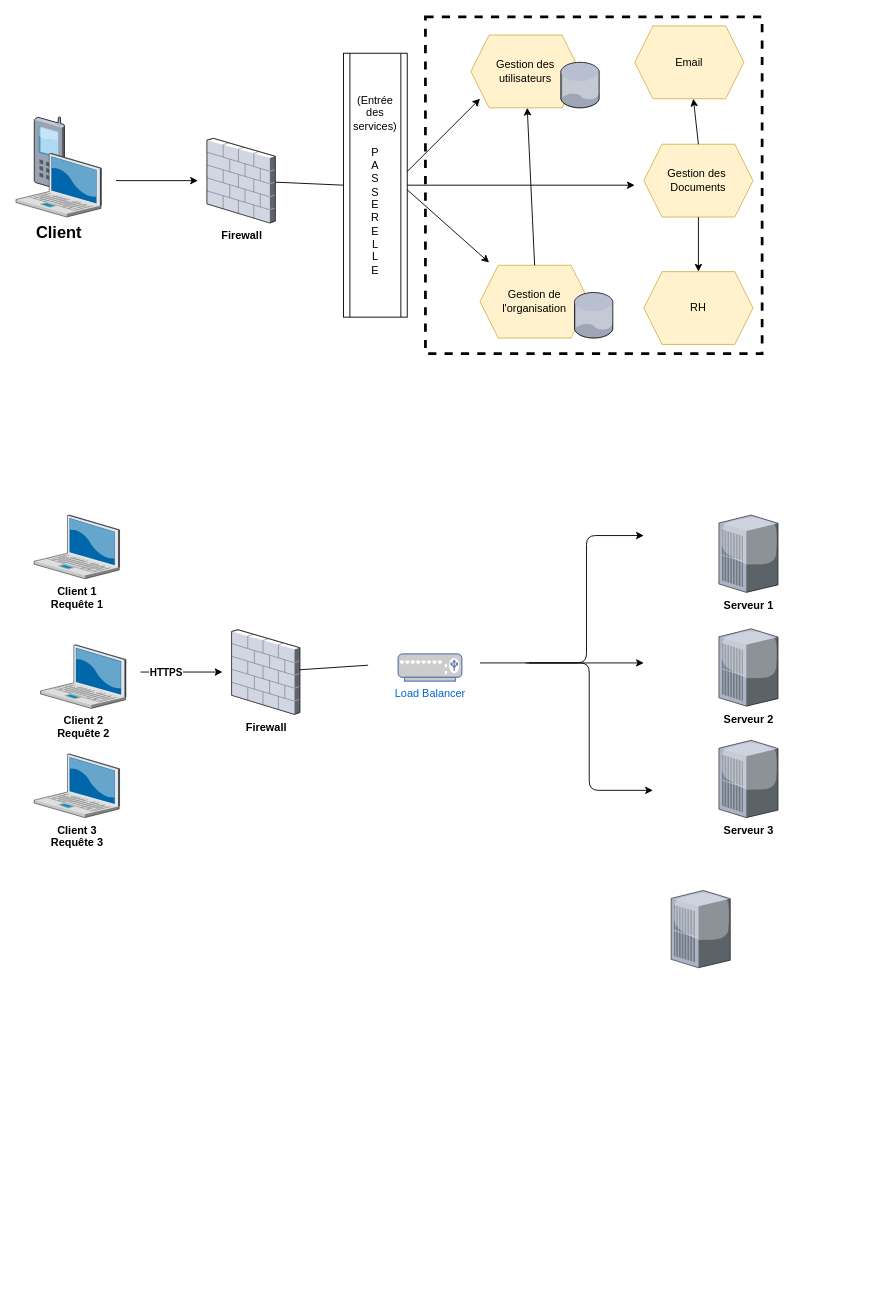
Above: page "P1_FraWorkArchi_Astra" (4 of 9) of AstraComponentDiagr.drawio in Lamessolo/ProjetLeadTech (draw.io), before the change. Source tidied: cells renumbered, new cells numbered last; positions are measured from the earlier drawing's top-left corner, leaving out a move shared by most shapes. Both pictures are drawn from the tidied source at 91%, with x=0, y=0 at pixel (15, 16).
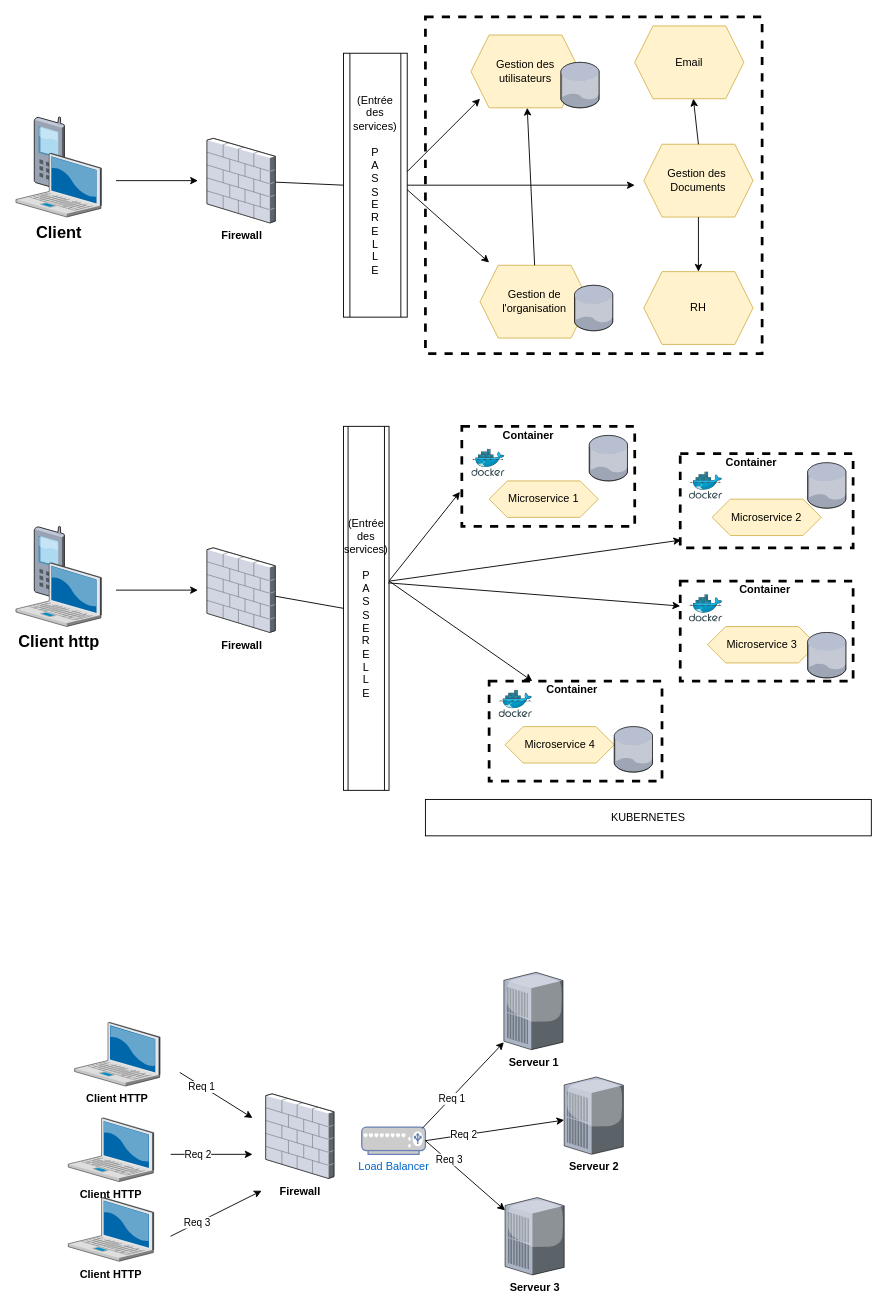
The same page after the edit.

Diff of the diagram source:
```diff
@@
+    <mxCell id="37" style="rounded=0;whiteSpace=wrap;html=1;strokeWidth=3;dashed=1;" parent="1" vertex="1">
+      <mxGeometry x="730" y="620" width="190" height="110" as="geometry" />
+    </mxCell>
+    <mxCell id="38" style="rounded=0;whiteSpace=wrap;html=1;strokeWidth=3;dashed=1;" parent="1" vertex="1">
+      <mxGeometry x="730" y="480" width="190" height="103.5" as="geometry" />
+    </mxCell>
+    <mxCell id="39" style="rounded=0;whiteSpace=wrap;html=1;strokeWidth=3;dashed=1;" parent="1" vertex="1">
+      <mxGeometry x="520" y="730" width="190" height="110" as="geometry" />
+    </mxCell>
@@
     <mxCell id="14" style="verticalLabelPosition=bottom;html=1;verticalAlign=top;strokeColor=none;align=center;shape=mxgraph.citrix.database;" parent="1" vertex="1">
-      <mxGeometry x="613.8" y="303" width="42.5" height="50" as="geometry" />
+      <mxGeometry x="613.8" y="295" width="42.5" height="50" as="geometry" />
     </mxCell>
@@
     <mxCell id="19" value="&lt;b&gt;Firewall&lt;/b&gt;" style="verticalLabelPosition=bottom;html=1;verticalAlign=top;strokeColor=none;align=center;outlineConnect=0;shape=mxgraph.citrix.firewall;" parent="1" vertex="1">
-      <mxGeometry x="237" y="673.5" width="75" height="93" as="geometry" />
+      <mxGeometry x="274.5" y="1183.5" width="75" height="93" as="geometry" />
     </mxCell>
-    <mxCell id="20" value="&lt;b&gt;Client 2&lt;/b&gt;&lt;br&gt;&lt;b&gt;Requête 2&lt;/b&gt;" style="verticalLabelPosition=bottom;html=1;verticalAlign=top;strokeColor=none;align=center;shape=mxgraph.citrix.laptop_2;" parent="1" vertex="1">
-      <mxGeometry x="27" y="690" width="93.9" height="70" as="geometry" />
+    <mxCell id="20" value="&lt;b&gt;Client HTTP&lt;/b&gt;" style="verticalLabelPosition=bottom;html=1;verticalAlign=top;strokeColor=none;align=center;shape=mxgraph.citrix.laptop_2;" parent="1" vertex="1">
+      <mxGeometry x="57.5" y="1210" width="93.9" height="70" as="geometry" />
     </mxCell>
-    <mxCell id="21" style="endArrow=none;html=1;strokeWidth=1;entryX=0;entryY=0.5;entryDx=0;entryDy=0;" parent="1" edge="1" source="19">
-      <mxGeometry relative="1" as="geometry">
-        <mxPoint x="387" y="712.5" as="targetPoint" />
-      </mxGeometry>
-    </mxCell>
-    <mxCell id="22" style="endArrow=classic;html=1;" parent="1" edge="1">
-      <mxGeometry relative="1" as="geometry">
-        <mxPoint x="137" y="720" as="sourcePoint" />
-        <mxPoint x="227" y="720" as="targetPoint" />
-      </mxGeometry>
-    </mxCell>
-    <mxCell id="23" value="&lt;b&gt;HTTPS&lt;/b&gt;" style="edgeLabel;html=1;align=center;verticalAlign=middle;" parent="22" vertex="1">
-      <mxGeometry x="-0.4" relative="1" as="geometry" />
-    </mxCell>
@@
     <mxCell id="27" value="Load Balancer" style="fontColor=#0066CC;verticalAlign=top;verticalLabelPosition=bottom;labelPosition=center;align=center;html=1;outlineConnect=0;fillColor=#CCCCCC;strokeColor=#6881B3;gradientColor=none;gradientDirection=north;strokeWidth=2;shape=mxgraph.networks.load_balancer;" parent="1" vertex="1">
-      <mxGeometry x="420" y="700" width="70" height="30" as="geometry" />
+      <mxGeometry x="380" y="1220" width="70" height="30" as="geometry" />
     </mxCell>
-    <mxCell id="28" value="&lt;font&gt;&lt;b&gt;Client 1 &lt;/b&gt;&lt;br&gt;&lt;b&gt;Requête&amp;nbsp;1&lt;/b&gt;&lt;br&gt;&lt;/font&gt;" style="verticalLabelPosition=bottom;html=1;verticalAlign=top;strokeColor=none;align=center;shape=mxgraph.citrix.laptop_2;" parent="1" vertex="1">
-      <mxGeometry x="20" y="547.5" width="93.9" height="70" as="geometry" />
+    <mxCell id="28" value="&lt;font&gt;&lt;b&gt;Client HTTP&lt;/b&gt;&lt;br&gt;&lt;/font&gt;" style="verticalLabelPosition=bottom;html=1;verticalAlign=top;strokeColor=none;align=center;shape=mxgraph.citrix.laptop_2;" parent="1" vertex="1">
+      <mxGeometry x="64.5" y="1105" width="93.9" height="70" as="geometry" />
     </mxCell>
-    <mxCell id="29" value="&lt;b&gt;Client 3&lt;/b&gt;&lt;br&gt;&lt;b&gt;Requête 3&lt;/b&gt;" style="verticalLabelPosition=bottom;html=1;verticalAlign=top;strokeColor=none;align=center;shape=mxgraph.citrix.laptop_2;" parent="1" vertex="1">
-      <mxGeometry x="20" y="810" width="93.9" height="70" as="geometry" />
+    <mxCell id="29" value="&lt;b&gt;Client HTTP&lt;/b&gt;" style="verticalLabelPosition=bottom;html=1;verticalAlign=top;strokeColor=none;align=center;shape=mxgraph.citrix.laptop_2;" parent="1" vertex="1">
+      <mxGeometry x="57.5" y="1297.5" width="93.9" height="70" as="geometry" />
     </mxCell>
-    <mxCell id="30" style="verticalLabelPosition=bottom;html=1;verticalAlign=top;strokeColor=none;align=center;shape=mxgraph.citrix.pbx_server;" parent="1" vertex="1">
-      <mxGeometry x="720" y="960" width="65" height="85" as="geometry" />
-    </mxCell>
     <mxCell id="31" value="&lt;b&gt;Serveur 1&lt;/b&gt;" style="verticalLabelPosition=bottom;html=1;verticalAlign=top;strokeColor=none;align=center;outlineConnect=0;shape=mxgraph.citrix.pbx_server;" parent="1" vertex="1">
-      <mxGeometry x="772.5" y="547.5" width="65" height="85" as="geometry" />
+      <mxGeometry x="536.2" y="1050" width="65" height="85" as="geometry" />
     </mxCell>
     <mxCell id="32" value="&lt;b&gt;Serveur 2&lt;/b&gt;" style="verticalLabelPosition=bottom;html=1;verticalAlign=top;strokeColor=none;align=center;outlineConnect=0;shape=mxgraph.citrix.pbx_server;" parent="1" vertex="1">
-      <mxGeometry x="772.5" y="672.5" width="65" height="85" as="geometry" />
+      <mxGeometry x="602.5" y="1165" width="65" height="85" as="geometry" />
     </mxCell>
     <mxCell id="33" value="&lt;b&gt;Serveur 3&lt;/b&gt;" style="verticalLabelPosition=bottom;html=1;verticalAlign=top;strokeColor=none;align=center;outlineConnect=0;shape=mxgraph.citrix.pbx_server;" parent="1" vertex="1">
-      <mxGeometry x="772.5" y="795" width="65" height="85" as="geometry" />
+      <mxGeometry x="537.5" y="1297.5" width="65" height="85" as="geometry" />
     </mxCell>
-    <mxCell id="34" style="edgeStyle=elbowEdgeStyle;elbow=horizontal;endArrow=classic;html=1;" parent="1" edge="1">
-      <mxGeometry relative="1" as="geometry">
-        <mxPoint x="563.8" y="710" as="sourcePoint" />
-        <mxPoint x="690" y="570" as="targetPoint" />
-      </mxGeometry>
-    </mxCell>
-    <mxCell id="35" style="edgeStyle=elbowEdgeStyle;elbow=horizontal;endArrow=classic;html=1;" parent="1" edge="1">
-      <mxGeometry relative="1" as="geometry">
-        <mxPoint x="560" y="710" as="sourcePoint" />
-        <mxPoint x="700" y="850" as="targetPoint" />
-      </mxGeometry>
-    </mxCell>
-    <mxCell id="36" style="endArrow=classic;html=1;" parent="1" edge="1">
-      <mxGeometry relative="1" as="geometry">
-        <mxPoint x="510" y="710" as="sourcePoint" />
-        <mxPoint x="690" y="710" as="targetPoint" />
-      </mxGeometry>
-    </mxCell>
+    <mxCell id="40" style="rounded=0;whiteSpace=wrap;html=1;strokeWidth=3;dashed=1;" parent="1" vertex="1">
+      <mxGeometry x="490" y="450" width="190" height="110" as="geometry" />
+    </mxCell>
+    <mxCell id="41" style="verticalLabelPosition=bottom;html=1;verticalAlign=top;strokeColor=none;align=center;shape=mxgraph.citrix.cell_phone;" parent="1" vertex="1">
+      <mxGeometry x="20" y="560" width="33.3" height="80" as="geometry" />
+    </mxCell>
+    <mxCell id="42" value="&lt;b&gt;Firewall&lt;/b&gt;" style="verticalLabelPosition=bottom;html=1;verticalAlign=top;strokeColor=none;align=center;outlineConnect=0;shape=mxgraph.citrix.firewall;" parent="1" vertex="1">
+      <mxGeometry x="210" y="583.5" width="75" height="93" as="geometry" />
+    </mxCell>
+    <mxCell id="43" value="&lt;b&gt;&lt;font style=&quot;font-size: 18px&quot;&gt;Client http&lt;/font&gt;&lt;/b&gt;" style="verticalLabelPosition=bottom;html=1;verticalAlign=top;strokeColor=none;align=center;shape=mxgraph.citrix.laptop_2;" parent="1" vertex="1">
+      <mxGeometry y="600" width="93.9" height="70" as="geometry" />
+    </mxCell>
+    <mxCell id="44" value="Microservice 2" style="shape=hexagon;perimeter=hexagonPerimeter2;whiteSpace=wrap;html=1;fixedSize=1;fillColor=#fff2cc;strokeColor=#d6b656;" parent="1" vertex="1">
+      <mxGeometry x="765" y="530" width="120" height="40" as="geometry" />
+    </mxCell>
+    <mxCell id="45" value="Microservice 1" style="shape=hexagon;perimeter=hexagonPerimeter2;whiteSpace=wrap;html=1;fixedSize=1;fillColor=#fff2cc;strokeColor=#d6b656;" parent="1" vertex="1">
+      <mxGeometry x="520" y="510" width="120" height="40" as="geometry" />
+    </mxCell>
+    <mxCell id="46" value="Microservice 4" style="shape=hexagon;perimeter=hexagonPerimeter2;whiteSpace=wrap;html=1;fixedSize=1;fillColor=#fff2cc;strokeColor=#d6b656;" parent="1" vertex="1">
+      <mxGeometry x="537.5" y="780" width="120" height="40" as="geometry" />
+    </mxCell>
+    <mxCell id="47" value="Microservice 3" style="shape=hexagon;perimeter=hexagonPerimeter2;whiteSpace=wrap;html=1;fixedSize=1;fillColor=#fff2cc;strokeColor=#d6b656;" parent="1" vertex="1">
+      <mxGeometry x="760" y="670" width="120" height="40" as="geometry" />
+    </mxCell>
+    <mxCell id="48" style="endArrow=none;html=1;strokeWidth=1;entryX=0;entryY=0.5;entryDx=0;entryDy=0;" parent="1" edge="1" source="42" target="49">
+      <mxGeometry relative="1" as="geometry" />
+    </mxCell>
+    <mxCell id="49" value="(Entrée des services)&lt;br&gt;&lt;br&gt;P&lt;br&gt;A&lt;br&gt;S&lt;br&gt;S&lt;br&gt;E&lt;br&gt;R&lt;br&gt;E&lt;br&gt;L&lt;br&gt;L&lt;br&gt;E" style="shape=process;whiteSpace=wrap;html=1;backgroundOutline=1;strokeWidth=1;" parent="1" vertex="1">
+      <mxGeometry x="360" y="450" width="50" height="400" as="geometry" />
+    </mxCell>
+    <mxCell id="50" style="endArrow=classic;html=1;" parent="1" edge="1">
+      <mxGeometry relative="1" as="geometry">
+        <mxPoint x="110" y="630" as="sourcePoint" />
+        <mxPoint x="200" y="630" as="targetPoint" />
+      </mxGeometry>
+    </mxCell>
+    <mxCell id="51" style="endArrow=classic;html=1;" parent="1" edge="1">
+      <mxGeometry relative="1" as="geometry">
+        <mxPoint x="180" y="1160" as="sourcePoint" />
+        <mxPoint x="260" y="1210" as="targetPoint" />
+      </mxGeometry>
+    </mxCell>
+    <mxCell id="52" value="Req 1" style="edgeLabel;html=1;align=center;verticalAlign=middle;" parent="51" vertex="1">
+      <mxGeometry x="-0.41" y="-1" relative="1" as="geometry" />
+    </mxCell>
+    <mxCell id="53" style="endArrow=classic;html=1;" parent="1" edge="1">
+      <mxGeometry relative="1" as="geometry">
+        <mxPoint x="170" y="1340" as="sourcePoint" />
+        <mxPoint x="270" y="1290" as="targetPoint" />
+      </mxGeometry>
+    </mxCell>
+    <mxCell id="54" value="Req 3" style="edgeLabel;html=1;align=center;verticalAlign=middle;" parent="53" vertex="1">
+      <mxGeometry x="-0.43" y="1" relative="1" as="geometry" />
+    </mxCell>
+    <mxCell id="55" style="endArrow=classic;html=1;" parent="1" edge="1">
+      <mxGeometry relative="1" as="geometry">
+        <mxPoint x="170" y="1250" as="sourcePoint" />
+        <mxPoint x="260" y="1250" as="targetPoint" />
+      </mxGeometry>
+    </mxCell>
+    <mxCell id="56" value="Req 2" style="edgeLabel;html=1;align=center;verticalAlign=middle;" parent="55" vertex="1">
+      <mxGeometry x="-0.36" relative="1" as="geometry" />
+    </mxCell>
+    <mxCell id="57" style="endArrow=classic;html=1;exitX=0.95;exitY=0.05;exitDx=0;exitDy=0;exitPerimeter=0;" parent="1" edge="1" source="27" target="31">
+      <mxGeometry relative="1" as="geometry" />
+    </mxCell>
+    <mxCell id="58" value="Req 1" style="edgeLabel;html=1;align=center;verticalAlign=middle;" parent="57" vertex="1">
+      <mxGeometry x="-0.3" relative="1" as="geometry" />
+    </mxCell>
+    <mxCell id="59" style="endArrow=classic;html=1;exitX=1;exitY=0.5;exitDx=0;exitDy=0;exitPerimeter=0;" parent="1" edge="1" source="27" target="32">
+      <mxGeometry relative="1" as="geometry" />
+    </mxCell>
+    <mxCell id="60" value="Req 2" style="edgeLabel;html=1;align=center;verticalAlign=middle;" parent="59" vertex="1">
+      <mxGeometry x="-0.46" relative="1" as="geometry" />
+    </mxCell>
+    <mxCell id="61" style="endArrow=classic;html=1;exitX=1;exitY=0.5;exitDx=0;exitDy=0;exitPerimeter=0;" parent="1" edge="1" source="27" target="33">
+      <mxGeometry relative="1" as="geometry" />
+    </mxCell>
+    <mxCell id="62" value="Req 3" style="edgeLabel;html=1;align=center;verticalAlign=middle;" parent="61" vertex="1">
+      <mxGeometry x="-0.44" y="1" relative="1" as="geometry" />
+    </mxCell>
+    <mxCell id="63" style="verticalLabelPosition=bottom;html=1;verticalAlign=top;strokeColor=none;align=center;shape=mxgraph.citrix.database;" parent="1" vertex="1">
+      <mxGeometry x="870" y="490" width="42.5" height="50" as="geometry" />
+    </mxCell>
+    <mxCell id="64" style="verticalLabelPosition=bottom;html=1;verticalAlign=top;strokeColor=none;align=center;shape=mxgraph.citrix.database;" parent="1" vertex="1">
+      <mxGeometry x="630" y="460" width="42.5" height="50" as="geometry" />
+    </mxCell>
+    <mxCell id="65" style="verticalLabelPosition=bottom;html=1;verticalAlign=top;strokeColor=none;align=center;shape=mxgraph.citrix.database;" parent="1" vertex="1">
+      <mxGeometry x="657.5" y="780" width="42.5" height="50" as="geometry" />
+    </mxCell>
+    <mxCell id="66" value="&lt;b&gt;Container&amp;nbsp;&lt;/b&gt;" style="text;html=1;strokeColor=none;fillColor=none;align=center;verticalAlign=middle;whiteSpace=wrap;rounded=0;" parent="1" vertex="1">
+      <mxGeometry x="567.5" y="730" width="90" height="20" as="geometry" />
+    </mxCell>
+    <mxCell id="67" value="&lt;b&gt;Container&amp;nbsp;&lt;/b&gt;" style="text;html=1;strokeColor=none;fillColor=none;align=center;verticalAlign=middle;whiteSpace=wrap;rounded=0;" parent="1" vertex="1">
+      <mxGeometry x="780" y="620" width="90" height="20" as="geometry" />
+    </mxCell>
+    <mxCell id="68" value="&lt;b&gt;Container&amp;nbsp;&lt;/b&gt;" style="text;html=1;strokeColor=none;fillColor=none;align=center;verticalAlign=middle;whiteSpace=wrap;rounded=0;" parent="1" vertex="1">
+      <mxGeometry x="765" y="480" width="90" height="20" as="geometry" />
+    </mxCell>
+    <mxCell id="69" value="&lt;b&gt;Container&amp;nbsp;&lt;/b&gt;" style="text;html=1;strokeColor=none;fillColor=none;align=center;verticalAlign=middle;whiteSpace=wrap;rounded=0;" parent="1" vertex="1">
+      <mxGeometry x="520" y="450" width="90" height="20" as="geometry" />
+    </mxCell>
+    <mxCell id="70" style="verticalLabelPosition=bottom;html=1;verticalAlign=top;strokeColor=none;align=center;shape=mxgraph.citrix.database;" parent="1" vertex="1">
+      <mxGeometry x="870" y="676.5" width="42.5" height="50" as="geometry" />
+    </mxCell>
+    <mxCell id="71" style="endArrow=classic;html=1;entryX=-0.011;entryY=0.655;entryDx=0;entryDy=0;entryPerimeter=0;exitX=1;exitY=0.425;exitDx=0;exitDy=0;exitPerimeter=0;" parent="1" edge="1" source="49" target="40">
+      <mxGeometry relative="1" as="geometry" />
+    </mxCell>
+    <mxCell id="72" style="endArrow=classic;html=1;entryX=0.005;entryY=0.918;entryDx=0;entryDy=0;entryPerimeter=0;exitX=1.02;exitY=0.425;exitDx=0;exitDy=0;exitPerimeter=0;" parent="1" edge="1" source="49" target="38">
+      <mxGeometry relative="1" as="geometry" />
+    </mxCell>
+    <mxCell id="73" style="endArrow=classic;html=1;entryX=0;entryY=0.25;entryDx=0;entryDy=0;exitX=0.98;exitY=0.43;exitDx=0;exitDy=0;exitPerimeter=0;" parent="1" edge="1" source="49" target="37">
+      <mxGeometry relative="1" as="geometry" />
+    </mxCell>
+    <mxCell id="74" style="endArrow=classic;html=1;entryX=0.25;entryY=0;entryDx=0;entryDy=0;" parent="1" edge="1" target="39">
+      <mxGeometry relative="1" as="geometry">
+        <mxPoint x="410" y="620" as="sourcePoint" />
+      </mxGeometry>
+    </mxCell>
+    <mxCell id="75" value="KUBERNETES" style="rounded=0;whiteSpace=wrap;html=1;" parent="1" vertex="1">
+      <mxGeometry x="450" y="860" width="490" height="40" as="geometry" />
+    </mxCell>
+    <mxCell id="76" style="html=1;align=center;image;fontSize=12;image=img/lib/mscae/Docker.svg;" parent="1" vertex="1">
+      <mxGeometry x="530.9" y="740" width="36.6" height="30" as="geometry" />
+    </mxCell>
+    <mxCell id="77" style="html=1;align=center;image;fontSize=12;image=img/lib/mscae/Docker.svg;" parent="1" vertex="1">
+      <mxGeometry x="500.9" y="475" width="36.6" height="30" as="geometry" />
+    </mxCell>
+    <mxCell id="78" style="html=1;align=center;image;fontSize=12;image=img/lib/mscae/Docker.svg;" parent="1" vertex="1">
+      <mxGeometry x="740" y="500" width="36.6" height="30" as="geometry" />
+    </mxCell>
+    <mxCell id="79" style="html=1;align=center;image;fontSize=12;image=img/lib/mscae/Docker.svg;" parent="1" vertex="1">
+      <mxGeometry x="740" y="635" width="36.6" height="30" as="geometry" />
+    </mxCell>
```
